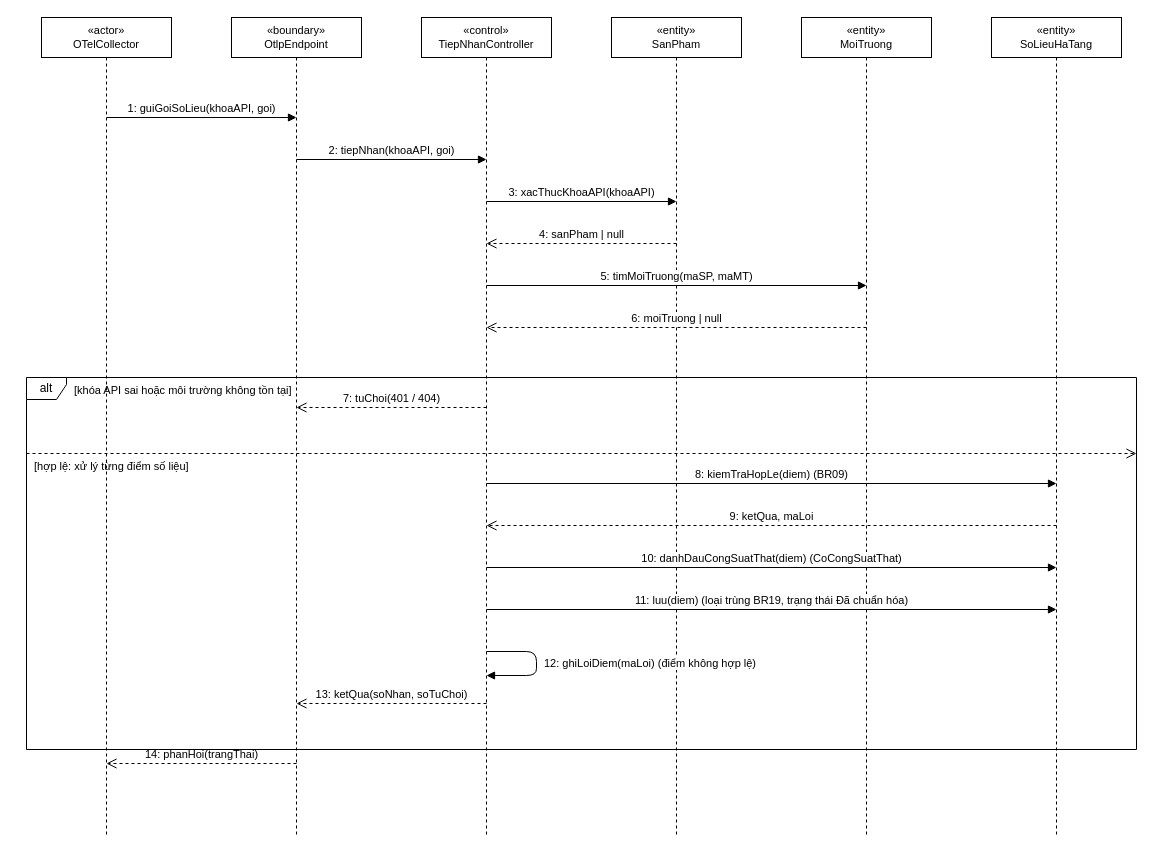
The draw.io diagram docs/diagrams/03_TuanTu/UC_GD_009_Sequence_TiepNhanSoLieuHaTang.drawio in TranThienNhan8279/GreenDash, before the edit. Source tidied: cells renumbered, new cells numbered last; positions are measured from the earlier drawing's top-left corner, leaving out a move shared by most shapes. Both pictures are drawn from the tidied source at 100%, with x=0, y=0 at pixel (26, 17).
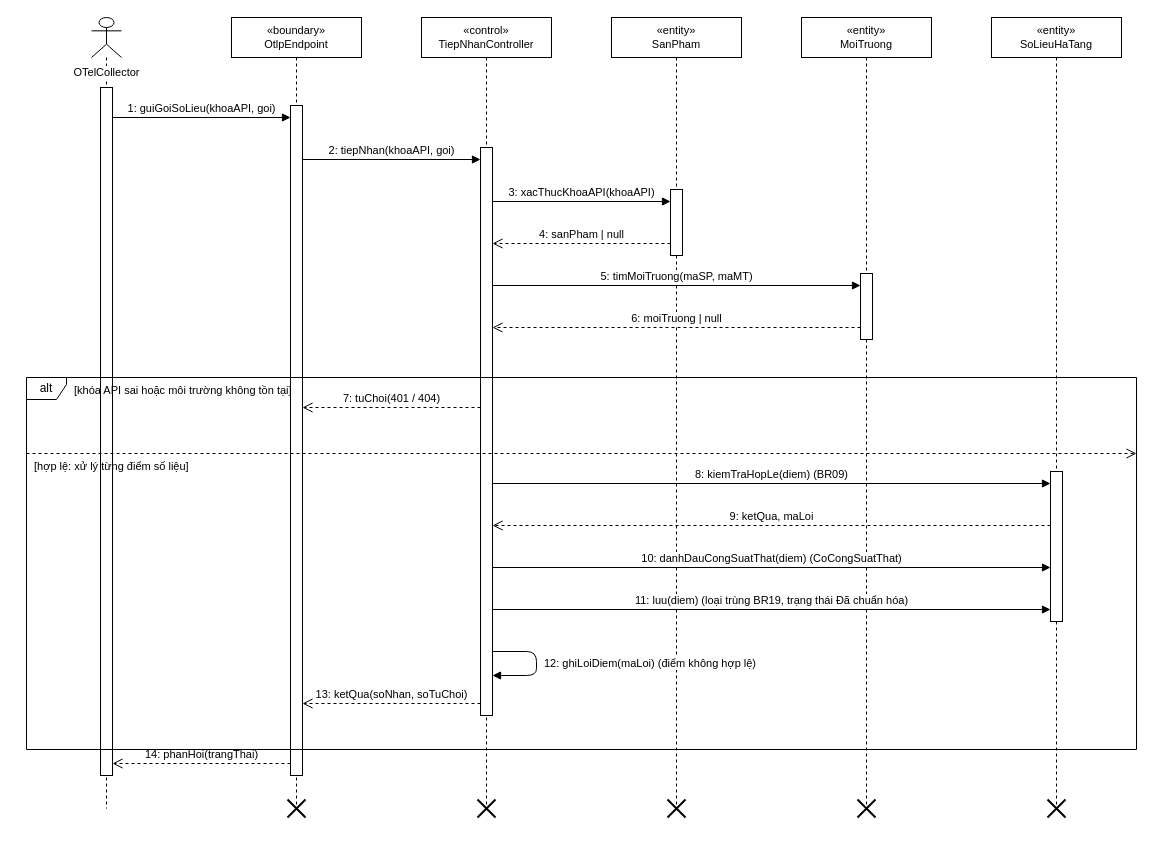
Above is the later version.

What changed in the source:
```diff
@@
-    <mxCell id="2" value="«actor»&lt;br&gt;OTelCollector" style="shape=umlLifeline;perimeter=lifelinePerimeter;whiteSpace=wrap;html=1;fontSize=11;" parent="1" vertex="1">
-      <mxGeometry x="15" width="130" height="818" as="geometry" />
+    <mxCell id="2" value="OTelCollector" style="shape=umlLifeline;participant=umlActor;verticalAlign=top;spacingTop=42;labelBackgroundColor=#ffffff;perimeter=lifelinePerimeter;whiteSpace=nowrap;html=1;fontSize=11;" parent="1" vertex="1">
+      <mxGeometry x="65" width="30" height="791" as="geometry" />
     </mxCell>
     <mxCell id="3" value="«boundary»&lt;br&gt;OtlpEndpoint" style="shape=umlLifeline;perimeter=lifelinePerimeter;whiteSpace=wrap;html=1;fontSize=11;" parent="1" vertex="1">
-      <mxGeometry x="205" width="130" height="818" as="geometry" />
+      <mxGeometry x="205" width="130" height="791" as="geometry" />
     </mxCell>
     <mxCell id="4" value="«control»&lt;br&gt;TiepNhanController" style="shape=umlLifeline;perimeter=lifelinePerimeter;whiteSpace=wrap;html=1;fontSize=11;" parent="1" vertex="1">
-      <mxGeometry x="395" width="130" height="818" as="geometry" />
+      <mxGeometry x="395" width="130" height="791" as="geometry" />
     </mxCell>
     <mxCell id="5" value="«entity»&lt;br&gt;SanPham" style="shape=umlLifeline;perimeter=lifelinePerimeter;whiteSpace=wrap;html=1;fontSize=11;" parent="1" vertex="1">
-      <mxGeometry x="585" width="130" height="818" as="geometry" />
+      <mxGeometry x="585" width="130" height="791" as="geometry" />
     </mxCell>
     <mxCell id="6" value="«entity»&lt;br&gt;MoiTruong" style="shape=umlLifeline;perimeter=lifelinePerimeter;whiteSpace=wrap;html=1;fontSize=11;" parent="1" vertex="1">
-      <mxGeometry x="775" width="130" height="818" as="geometry" />
+      <mxGeometry x="775" width="130" height="791" as="geometry" />
     </mxCell>
     <mxCell id="7" value="«entity»&lt;br&gt;SoLieuHaTang" style="shape=umlLifeline;perimeter=lifelinePerimeter;whiteSpace=wrap;html=1;fontSize=11;" parent="1" vertex="1">
-      <mxGeometry x="965" width="130" height="818" as="geometry" />
+      <mxGeometry x="965" width="130" height="791" as="geometry" />
     </mxCell>
+    <mxCell id="26" style="html=1;perimeter=orthogonalPerimeter;fillColor=#ffffff;strokeColor=#000000;" parent="1" vertex="1">
+      <mxGeometry x="74" y="70" width="12" height="688" as="geometry" />
+    </mxCell>
+    <mxCell id="27" style="html=1;perimeter=orthogonalPerimeter;fillColor=#ffffff;strokeColor=#000000;" parent="1" vertex="1">
+      <mxGeometry x="264" y="88" width="12" height="670" as="geometry" />
+    </mxCell>
+    <mxCell id="28" style="shape=umlDestroy;html=1;strokeWidth=2;strokeColor=#000000;" parent="1" vertex="1">
+      <mxGeometry x="261" y="782" width="18" height="18" as="geometry" />
+    </mxCell>
+    <mxCell id="29" style="html=1;perimeter=orthogonalPerimeter;fillColor=#ffffff;strokeColor=#000000;" parent="1" vertex="1">
+      <mxGeometry x="454" y="130" width="12" height="568" as="geometry" />
+    </mxCell>
+    <mxCell id="30" style="shape=umlDestroy;html=1;strokeWidth=2;strokeColor=#000000;" parent="1" vertex="1">
+      <mxGeometry x="451" y="782" width="18" height="18" as="geometry" />
+    </mxCell>
+    <mxCell id="31" style="html=1;perimeter=orthogonalPerimeter;fillColor=#ffffff;strokeColor=#000000;" parent="1" vertex="1">
+      <mxGeometry x="644" y="172" width="12" height="66" as="geometry" />
+    </mxCell>
+    <mxCell id="32" style="shape=umlDestroy;html=1;strokeWidth=2;strokeColor=#000000;" parent="1" vertex="1">
+      <mxGeometry x="641" y="782" width="18" height="18" as="geometry" />
+    </mxCell>
+    <mxCell id="33" style="html=1;perimeter=orthogonalPerimeter;fillColor=#ffffff;strokeColor=#000000;" parent="1" vertex="1">
+      <mxGeometry x="834" y="256" width="12" height="66" as="geometry" />
+    </mxCell>
+    <mxCell id="34" style="shape=umlDestroy;html=1;strokeWidth=2;strokeColor=#000000;" parent="1" vertex="1">
+      <mxGeometry x="831" y="782" width="18" height="18" as="geometry" />
+    </mxCell>
+    <mxCell id="35" style="html=1;perimeter=orthogonalPerimeter;fillColor=#ffffff;strokeColor=#000000;" parent="1" vertex="1">
+      <mxGeometry x="1024" y="454" width="12" height="150" as="geometry" />
+    </mxCell>
+    <mxCell id="36" style="shape=umlDestroy;html=1;strokeWidth=2;strokeColor=#000000;" parent="1" vertex="1">
+      <mxGeometry x="1021" y="782" width="18" height="18" as="geometry" />
+    </mxCell>
     <mxCell id="8" value="1: guiGoiSoLieu(khoaAPI, goi)" style="html=1;verticalAlign=bottom;endArrow=block;endFill=1;" parent="1" edge="1">
       <mxGeometry relative="1" as="geometry">
-        <mxPoint x="80" y="100" as="sourcePoint" />
-        <mxPoint x="270" y="100" as="targetPoint" />
+        <mxPoint x="86" y="100" as="sourcePoint" />
+        <mxPoint x="264" y="100" as="targetPoint" />
       </mxGeometry>
     </mxCell>
     <mxCell id="9" value="2: tiepNhan(khoaAPI, goi)" style="html=1;verticalAlign=bottom;endArrow=block;endFill=1;" parent="1" edge="1">
       <mxGeometry relative="1" as="geometry">
-        <mxPoint x="270" y="142" as="sourcePoint" />
-        <mxPoint x="460" y="142" as="targetPoint" />
+        <mxPoint x="276" y="142" as="sourcePoint" />
+        <mxPoint x="454" y="142" as="targetPoint" />
       </mxGeometry>
     </mxCell>
     <mxCell id="10" value="3: xacThucKhoaAPI(khoaAPI)" style="html=1;verticalAlign=bottom;endArrow=block;endFill=1;" parent="1" edge="1">
       <mxGeometry relative="1" as="geometry">
-        <mxPoint x="460" y="184" as="sourcePoint" />
-        <mxPoint x="650" y="184" as="targetPoint" />
+        <mxPoint x="466" y="184" as="sourcePoint" />
+        <mxPoint x="644" y="184" as="targetPoint" />
       </mxGeometry>
     </mxCell>
     <mxCell id="11" value="4: sanPham | null" style="html=1;verticalAlign=bottom;endArrow=open;endSize=8;dashed=1;" parent="1" edge="1">
       <mxGeometry relative="1" as="geometry">
-        <mxPoint x="650" y="226" as="sourcePoint" />
-        <mxPoint x="460" y="226" as="targetPoint" />
+        <mxPoint x="644" y="226" as="sourcePoint" />
+        <mxPoint x="466" y="226" as="targetPoint" />
       </mxGeometry>
     </mxCell>
     <mxCell id="12" value="5: timMoiTruong(maSP, maMT)" style="html=1;verticalAlign=bottom;endArrow=block;endFill=1;" parent="1" edge="1">
       <mxGeometry relative="1" as="geometry">
-        <mxPoint x="460" y="268" as="sourcePoint" />
-        <mxPoint x="840" y="268" as="targetPoint" />
+        <mxPoint x="466" y="268" as="sourcePoint" />
+        <mxPoint x="834" y="268" as="targetPoint" />
       </mxGeometry>
     </mxCell>
     <mxCell id="13" value="6: moiTruong | null" style="html=1;verticalAlign=bottom;endArrow=open;endSize=8;dashed=1;" parent="1" edge="1">
       <mxGeometry relative="1" as="geometry">
-        <mxPoint x="840" y="310" as="sourcePoint" />
-        <mxPoint x="460" y="310" as="targetPoint" />
+        <mxPoint x="834" y="310" as="sourcePoint" />
+        <mxPoint x="466" y="310" as="targetPoint" />
       </mxGeometry>
     </mxCell>
     <mxCell id="14" value="7: tuChoi(401 / 404)" style="html=1;verticalAlign=bottom;endArrow=open;endSize=8;dashed=1;" parent="1" edge="1">
       <mxGeometry relative="1" as="geometry">
-        <mxPoint x="460" y="390" as="sourcePoint" />
-        <mxPoint x="270" y="390" as="targetPoint" />
+        <mxPoint x="454" y="390" as="sourcePoint" />
+        <mxPoint x="276" y="390" as="targetPoint" />
       </mxGeometry>
     </mxCell>
     <mxCell id="15" value="8: kiemTraHopLe(diem)  (BR09)" style="html=1;verticalAlign=bottom;endArrow=block;endFill=1;" parent="1" edge="1">
       <mxGeometry relative="1" as="geometry">
-        <mxPoint x="460" y="466" as="sourcePoint" />
-        <mxPoint x="1030" y="466" as="targetPoint" />
+        <mxPoint x="466" y="466" as="sourcePoint" />
+        <mxPoint x="1024" y="466" as="targetPoint" />
       </mxGeometry>
     </mxCell>
     <mxCell id="16" value="9: ketQua, maLoi" style="html=1;verticalAlign=bottom;endArrow=open;endSize=8;dashed=1;" parent="1" edge="1">
       <mxGeometry relative="1" as="geometry">
-        <mxPoint x="1030" y="508" as="sourcePoint" />
-        <mxPoint x="460" y="508" as="targetPoint" />
+        <mxPoint x="1024" y="508" as="sourcePoint" />
+        <mxPoint x="466" y="508" as="targetPoint" />
       </mxGeometry>
     </mxCell>
     <mxCell id="17" value="10: danhDauCongSuatThat(diem)  (CoCongSuatThat)" style="html=1;verticalAlign=bottom;endArrow=block;endFill=1;" parent="1" edge="1">
       <mxGeometry relative="1" as="geometry">
-        <mxPoint x="460" y="550" as="sourcePoint" />
-        <mxPoint x="1030" y="550" as="targetPoint" />
+        <mxPoint x="466" y="550" as="sourcePoint" />
+        <mxPoint x="1024" y="550" as="targetPoint" />
       </mxGeometry>
     </mxCell>
     <mxCell id="18" value="11: luu(diem)  (loại trùng BR19, trạng thái Đã chuẩn hóa)" style="html=1;verticalAlign=bottom;endArrow=block;endFill=1;" parent="1" edge="1">
       <mxGeometry relative="1" as="geometry">
-        <mxPoint x="460" y="592" as="sourcePoint" />
-        <mxPoint x="1030" y="592" as="targetPoint" />
+        <mxPoint x="466" y="592" as="sourcePoint" />
+        <mxPoint x="1024" y="592" as="targetPoint" />
       </mxGeometry>
     </mxCell>
     <mxCell id="19" value="12: ghiLoiDiem(maLoi)  (điểm không hợp lệ)" style="html=1;verticalAlign=bottom;endArrow=block;endFill=1;align=left;spacingLeft=6;verticalAlign=middle;" parent="1" edge="1">
       <mxGeometry relative="1" as="geometry">
-        <mxPoint x="460" y="634" as="sourcePoint" />
-        <mxPoint x="460" y="658" as="targetPoint" />
+        <mxPoint x="466" y="634" as="sourcePoint" />
+        <mxPoint x="466" y="658" as="targetPoint" />
         <Array as="points">
           <mxPoint x="510" y="634" />
           <mxPoint x="510" y="658" />
         </Array>
       </mxGeometry>
     </mxCell>
     <mxCell id="20" value="13: ketQua(soNhan, soTuChoi)" style="html=1;verticalAlign=bottom;endArrow=open;endSize=8;dashed=1;" parent="1" edge="1">
       <mxGeometry relative="1" as="geometry">
-        <mxPoint x="460" y="686" as="sourcePoint" />
-        <mxPoint x="270" y="686" as="targetPoint" />
+        <mxPoint x="454" y="686" as="sourcePoint" />
+        <mxPoint x="276" y="686" as="targetPoint" />
       </mxGeometry>
     </mxCell>
     <mxCell id="21" value="14: phanHoi(trangThai)" style="html=1;verticalAlign=bottom;endArrow=open;endSize=8;dashed=1;" parent="1" edge="1">
       <mxGeometry relative="1" as="geometry">
-        <mxPoint x="270" y="746" as="sourcePoint" />
-        <mxPoint x="80" y="746" as="targetPoint" />
+        <mxPoint x="264" y="746" as="sourcePoint" />
+        <mxPoint x="86" y="746" as="targetPoint" />
       </mxGeometry>
     </mxCell>
```
